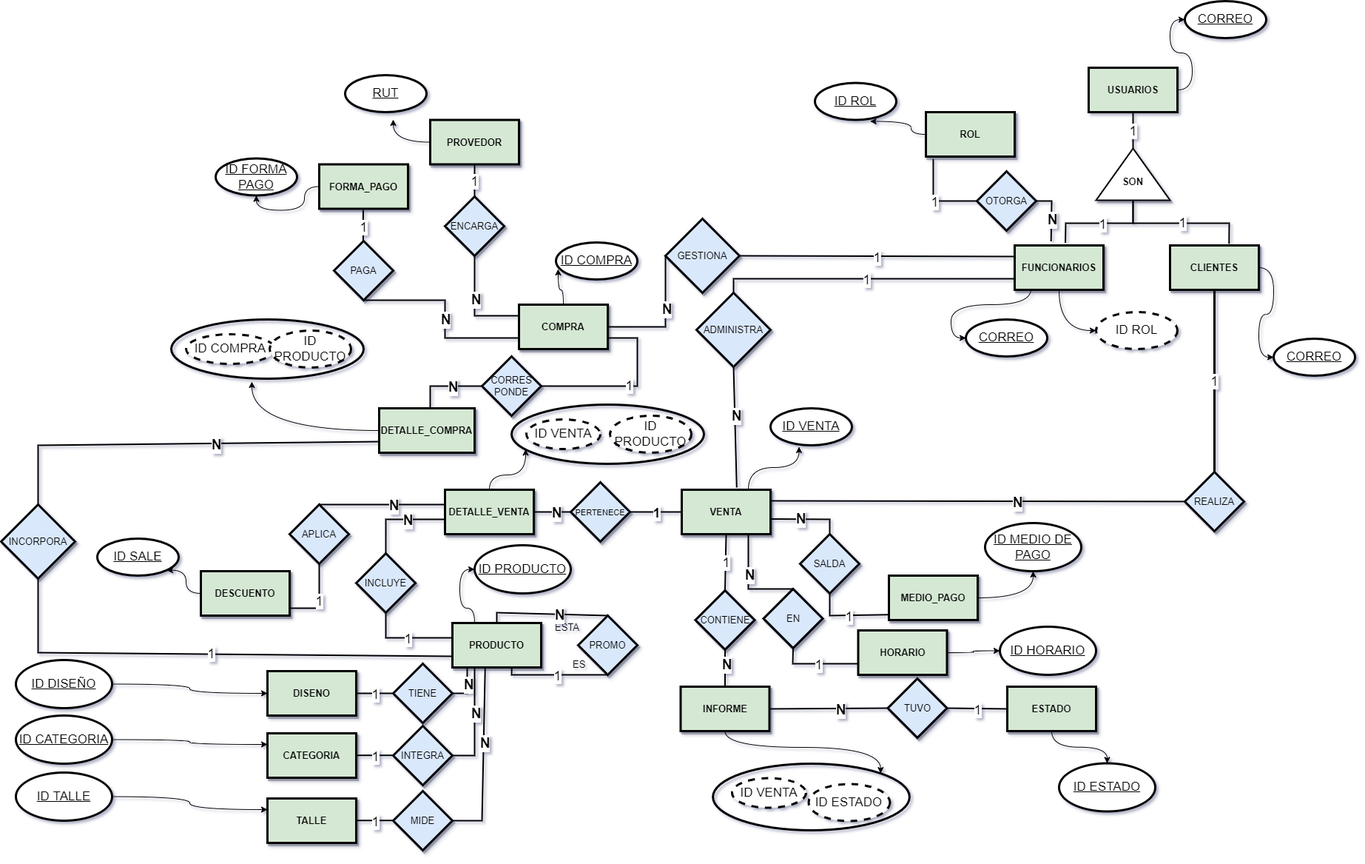
The draw.io diagram Base de datos/MODELO CONCEPTUAL.png in GermanEstefan/Proyecto-ITS-Arias-Baparda-2022, before a commit. Source tidied: cells renumbered, new cells last; positions are measured from the earlier drawing's top-left corner, leaving out a move shared by most shapes.
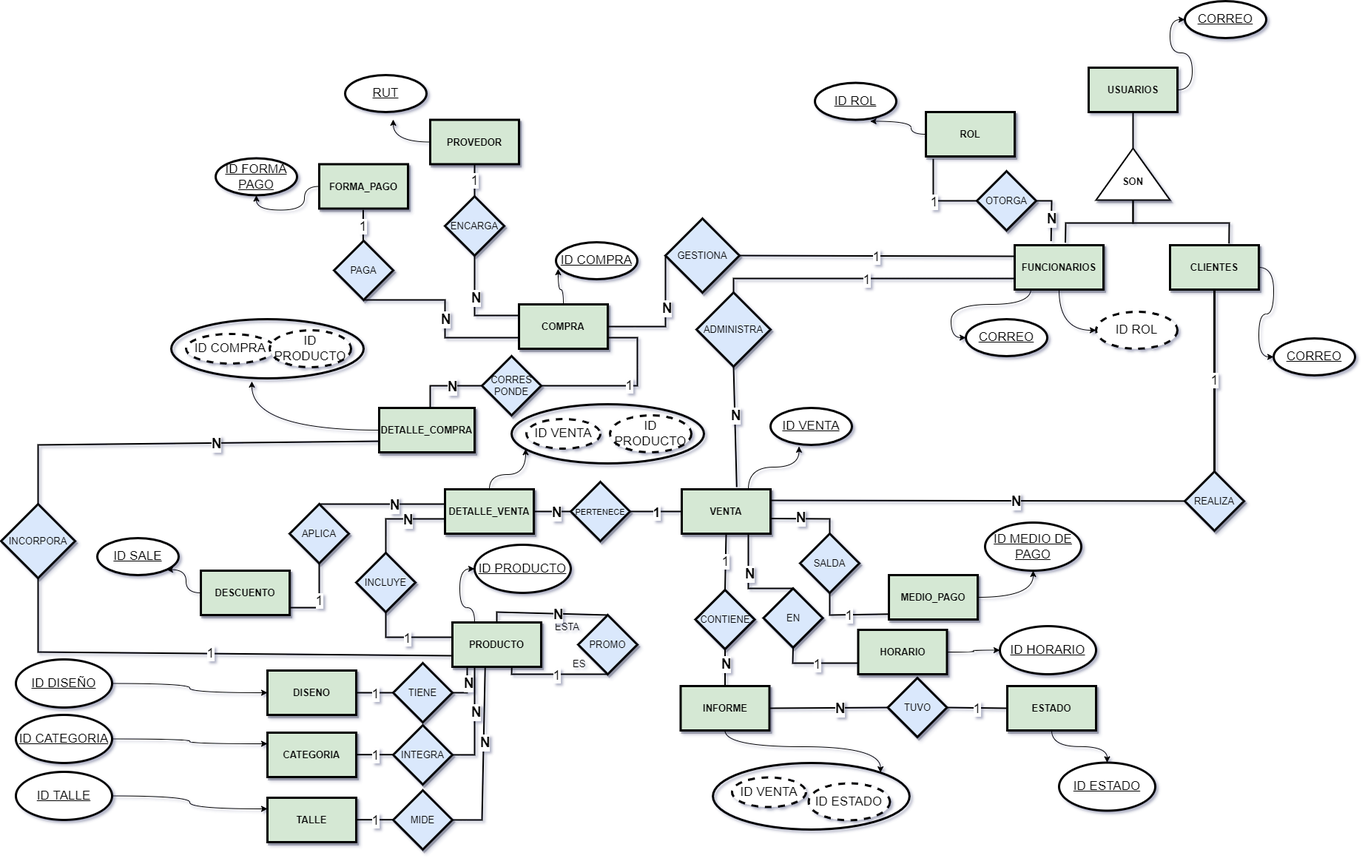
The same file after the commit.

Change to the diagram source:
```diff
@@ -369,9 +369,6 @@
         </Array>
       </mxGeometry>
     </mxCell>
-    <mxCell id="102" value="1" style="edgeLabel;html=1;align=center;verticalAlign=middle;fontSize=18;" parent="101" vertex="1">
-      <mxGeometry x="-0.01" y="-1" relative="1" as="geometry" />
-    </mxCell>
     <mxCell id="103" style="endArrow=none;html=1;rounded=0;fontSize=13;exitX=0.664;exitY=-0.036;exitDx=0;exitDy=0;fontStyle=0;strokeWidth=2;exitPerimeter=0;" parent="1" edge="1" source="22">
       <mxGeometry relative="1" as="geometry">
         <mxPoint x="1530" y="270" as="targetPoint" />
@@ -381,15 +378,9 @@
         </Array>
       </mxGeometry>
     </mxCell>
-    <mxCell id="104" value="1" style="edgeLabel;html=1;align=center;verticalAlign=middle;fontSize=18;" parent="103" vertex="1">
-      <mxGeometry x="-0.01" y="-1" relative="1" as="geometry" />
-    </mxCell>
     <mxCell id="105" style="endArrow=none;html=1;rounded=0;fontSize=13;exitX=0.5;exitY=1;exitDx=0;exitDy=0;entryX=0;entryY=0;entryDx=50;entryDy=0;fontStyle=0;strokeWidth=2;entryPerimeter=0;" parent="1" edge="1" source="19" target="41">
       <mxGeometry relative="1" as="geometry" />
     </mxCell>
-    <mxCell id="106" value="1" style="edgeLabel;html=1;align=center;verticalAlign=middle;fontSize=18;" parent="105" vertex="1">
-      <mxGeometry x="-0.01" y="-1" relative="1" as="geometry" />
-    </mxCell>
     <mxCell id="107" style="endArrow=none;html=1;rounded=0;fontSize=13;exitX=1;exitY=0.5;exitDx=0;exitDy=0;fontStyle=0;strokeWidth=2;entryX=0;entryY=0.5;entryDx=0;entryDy=0;" parent="1" edge="1" source="64" target="60">
       <mxGeometry relative="1" as="geometry" />
     </mxCell>
```
